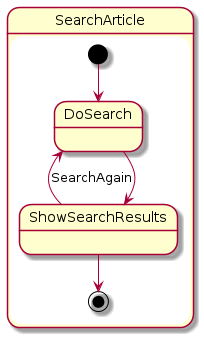
software-strijders/billy keeps this PlantUML diagram as documentation/uml/state/search/search.png. Above is the earlier version. The source it was exported from:
```plantuml
@startuml
state SearchArticle {
  [*] --> DoSearch
  DoSearch --> ShowSearchResults
  ShowSearchResults -left-> DoSearch : SearchAgain
  ShowSearchResults --> [*]
}
@enduml
```
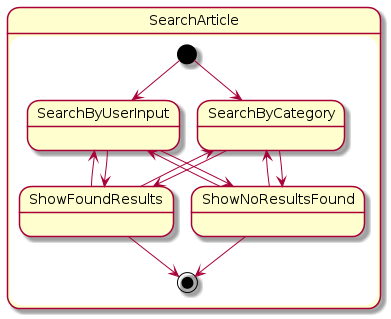
The same diagram one commit later.

Commit message:
update state diagram

Change to the diagram source:
```diff
@@ -1,8 +1,21 @@
 @startuml
 state SearchArticle {
-  [*] --> DoSearch
-  DoSearch --> ShowSearchResults
-  ShowSearchResults -left-> DoSearch : SearchAgain
-  ShowSearchResults --> [*]
+  [*] --> SearchByCategory
+  [*] --> SearchByUserInput
+
+  SearchByUserInput --> ShowFoundResults
+  SearchByCategory --> ShowFoundResults
+
+  ShowFoundResults -left-> SearchByCategory
+  ShowFoundResults -left-> SearchByUserInput
+
+  SearchByCategory --> ShowNoResultsFound
+  SearchByUserInput --> ShowNoResultsFound
+
+  ShowNoResultsFound -left-> SearchByCategory
+  ShowNoResultsFound -left-> SearchByUserInput
+
+  ShowFoundResults --> [*]
+  ShowNoResultsFound --> [*]
 }
 @enduml
```
